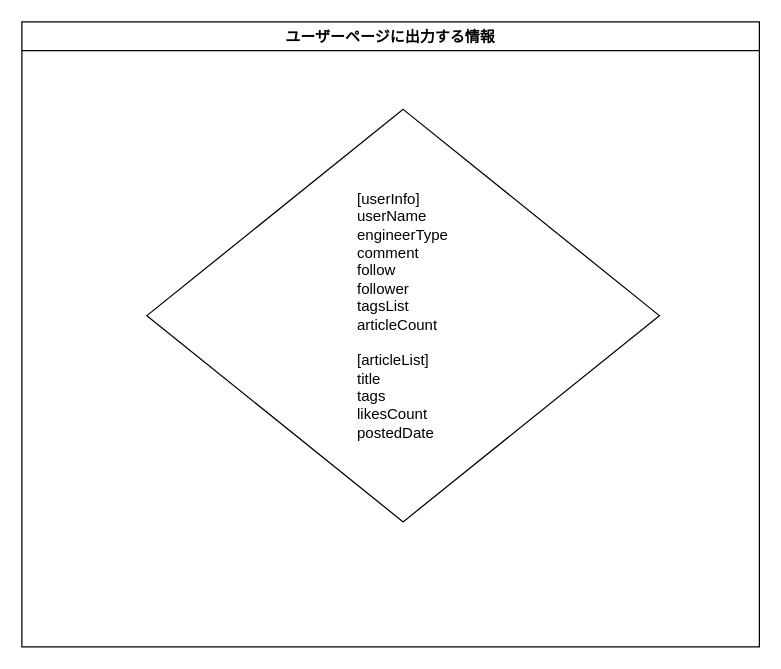
Above: page "ユーザーページ" (4 of 8) of Designs/要件定義.drawio in yusuke-rakus/Qiish (draw.io), before the change. Source tidied: cells renumbered, new cells numbered last; positions are measured from the earlier drawing's top-left corner, leaving out a move shared by most shapes. Both pictures are drawn from the tidied source at 125%, with x=0, y=0 at pixel (21, 21).
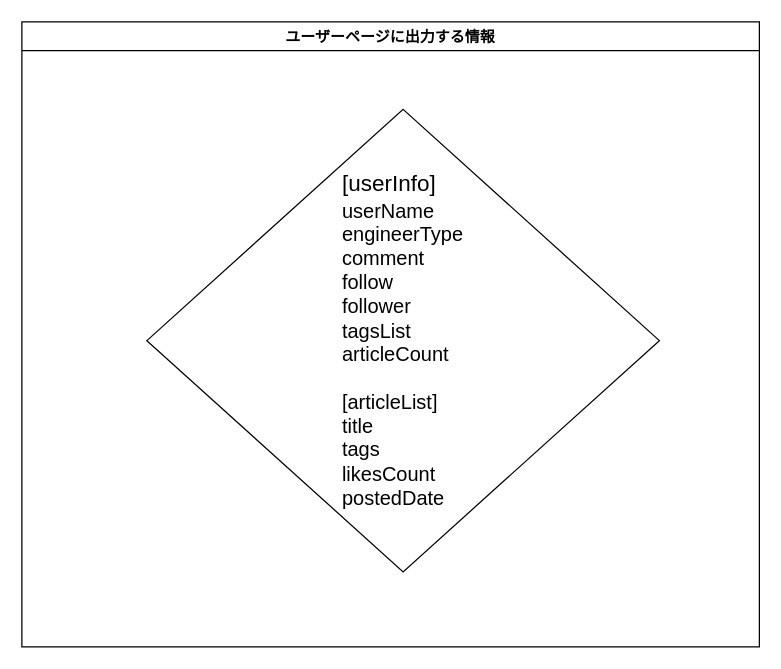
The same diagram, later.

Diff of the diagram source:
```diff
@@
 <mxGraphModel>
   <root>
     <mxCell id="0" />
     <mxCell id="1" parent="0" />
     <mxCell id="2" value="ユーザーページに出力する情報" style="swimlane;" parent="1" vertex="1">
       <mxGeometry width="590" height="500" as="geometry" />
     </mxCell>
-    <mxCell id="3" value="&lt;div style=&quot;text-align: justify&quot;&gt;[userInfo]&lt;/div&gt;&lt;div style=&quot;text-align: justify&quot;&gt;userName&lt;/div&gt;&lt;div style=&quot;text-align: justify&quot;&gt;engineerType&lt;/div&gt;&lt;div style=&quot;text-align: justify&quot;&gt;comment&lt;/div&gt;&lt;div style=&quot;text-align: justify&quot;&gt;follow&lt;/div&gt;&lt;div style=&quot;text-align: justify&quot;&gt;follower&lt;/div&gt;&lt;div style=&quot;text-align: justify&quot;&gt;tagsList&lt;/div&gt;&lt;div style=&quot;text-align: justify&quot;&gt;articleCount&lt;/div&gt;&lt;div style=&quot;text-align: justify&quot;&gt;&lt;br&gt;&lt;/div&gt;&lt;div style=&quot;text-align: justify&quot;&gt;[articleList]&lt;/div&gt;&lt;div style=&quot;text-align: justify&quot;&gt;title&lt;/div&gt;&lt;div style=&quot;text-align: justify&quot;&gt;tags&lt;/div&gt;&lt;div style=&quot;text-align: justify&quot;&gt;likesCount&lt;/div&gt;&lt;div style=&quot;text-align: justify&quot;&gt;postedDate&lt;/div&gt;" style="rhombus;whiteSpace=wrap;html=1;" parent="2" vertex="1">
-      <mxGeometry x="100" y="70" width="410" height="330" as="geometry" />
+    <mxCell id="3" value="&lt;div style=&quot;text-align: justify&quot;&gt;&lt;font style=&quot;font-size: 18px&quot;&gt;[userInfo]&lt;/font&gt;&lt;/div&gt;&lt;div style=&quot;text-align: justify&quot;&gt;&lt;font size=&quot;3&quot;&gt;userName&lt;/font&gt;&lt;/div&gt;&lt;div style=&quot;text-align: justify&quot;&gt;&lt;font size=&quot;3&quot;&gt;engineerType&lt;/font&gt;&lt;/div&gt;&lt;div style=&quot;text-align: justify&quot;&gt;&lt;font size=&quot;3&quot;&gt;comment&lt;/font&gt;&lt;/div&gt;&lt;div style=&quot;text-align: justify&quot;&gt;&lt;font size=&quot;3&quot;&gt;follow&lt;/font&gt;&lt;/div&gt;&lt;div style=&quot;text-align: justify&quot;&gt;&lt;font size=&quot;3&quot;&gt;follower&lt;/font&gt;&lt;/div&gt;&lt;div style=&quot;text-align: justify&quot;&gt;&lt;font size=&quot;3&quot;&gt;tagsList&lt;/font&gt;&lt;/div&gt;&lt;div style=&quot;text-align: justify&quot;&gt;&lt;font size=&quot;3&quot;&gt;articleCount&lt;/font&gt;&lt;/div&gt;&lt;div style=&quot;text-align: justify&quot;&gt;&lt;font size=&quot;3&quot;&gt;&lt;br&gt;&lt;/font&gt;&lt;/div&gt;&lt;div style=&quot;text-align: justify&quot;&gt;&lt;font size=&quot;3&quot;&gt;[articleList]&lt;/font&gt;&lt;/div&gt;&lt;div style=&quot;text-align: justify&quot;&gt;&lt;font size=&quot;3&quot;&gt;title&lt;/font&gt;&lt;/div&gt;&lt;div style=&quot;text-align: justify&quot;&gt;&lt;font size=&quot;3&quot;&gt;tags&lt;/font&gt;&lt;/div&gt;&lt;div style=&quot;text-align: justify&quot;&gt;&lt;font size=&quot;3&quot;&gt;likesCount&lt;/font&gt;&lt;/div&gt;&lt;div style=&quot;text-align: justify&quot;&gt;&lt;font size=&quot;3&quot;&gt;postedDate&lt;/font&gt;&lt;/div&gt;" style="rhombus;whiteSpace=wrap;html=1;" parent="2" vertex="1">
+      <mxGeometry x="100" y="70" width="410" height="370" as="geometry" />
     </mxCell>
   </root>
 </mxGraphModel>
```
